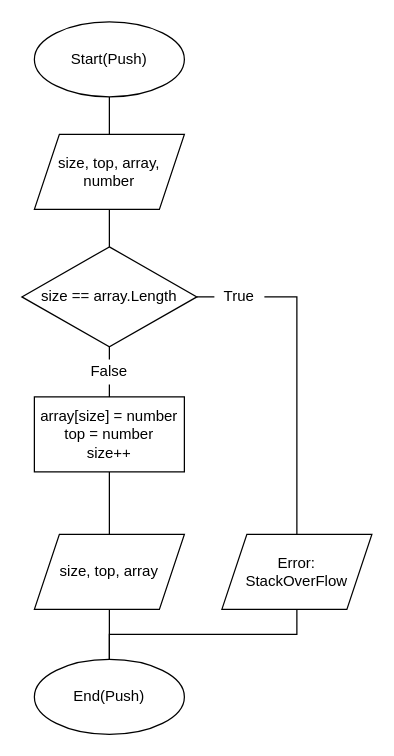
Above: page "Stack.Push" (3 of 6) of lab6/diagram.drawio in MrTimeGo/ads-petselia-kp01 (draw.io), before the change. Source tidied: cells renumbered, new cells numbered last; positions are measured from the earlier drawing's top-left corner, leaving out a move shared by most shapes. Both pictures are drawn from the tidied source at 125%, with x=0, y=0 at pixel (21, 21).
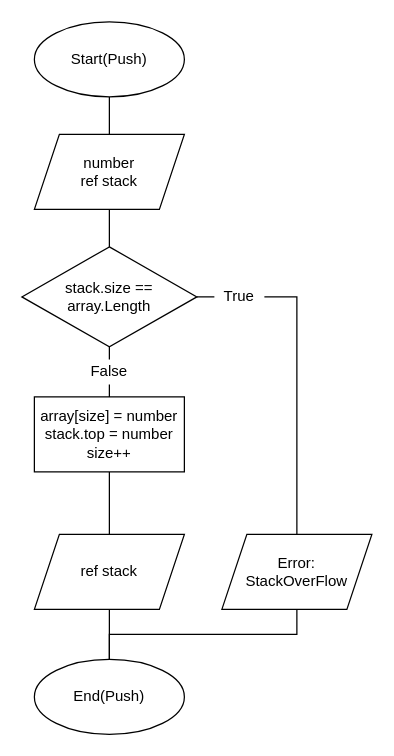
Above is the later version.

The edit, as a diff of the source:
```diff
@@
-    <mxCell id="5" value="size, top, array, &lt;br&gt;number" style="shape=parallelogram;perimeter=parallelogramPerimeter;whiteSpace=wrap;html=1;fixedSize=1;" parent="1" vertex="1">
+    <mxCell id="5" value="number&lt;br&gt;ref stack" style="shape=parallelogram;perimeter=parallelogramPerimeter;whiteSpace=wrap;html=1;fixedSize=1;" parent="1" vertex="1">
       <mxGeometry x="10" y="90" width="120" height="60" as="geometry" />
     </mxCell>
@@
-    <mxCell id="7" value="array[size] = number&lt;br&gt;top = number&lt;br&gt;size++" style="rounded=0;whiteSpace=wrap;html=1;" parent="1" vertex="1">
+    <mxCell id="7" value="array[size] = number&lt;br&gt;stack.top = number&lt;br&gt;size++" style="rounded=0;whiteSpace=wrap;html=1;" parent="1" vertex="1">
       <mxGeometry x="10" y="300" width="120" height="60" as="geometry" />
     </mxCell>
@@
-    <mxCell id="9" value="size, top, array" style="shape=parallelogram;perimeter=parallelogramPerimeter;whiteSpace=wrap;html=1;fixedSize=1;" parent="1" vertex="1">
+    <mxCell id="9" value="ref stack" style="shape=parallelogram;perimeter=parallelogramPerimeter;whiteSpace=wrap;html=1;fixedSize=1;" parent="1" vertex="1">
       <mxGeometry x="10" y="410" width="120" height="60" as="geometry" />
     </mxCell>
@@
-    <mxCell id="13" value="size == array.Length" style="rhombus;whiteSpace=wrap;html=1;" parent="1" vertex="1">
+    <mxCell id="13" value="stack.size == array.Length" style="rhombus;whiteSpace=wrap;html=1;" parent="1" vertex="1">
       <mxGeometry y="180" width="140" height="80" as="geometry" />
     </mxCell>
```
